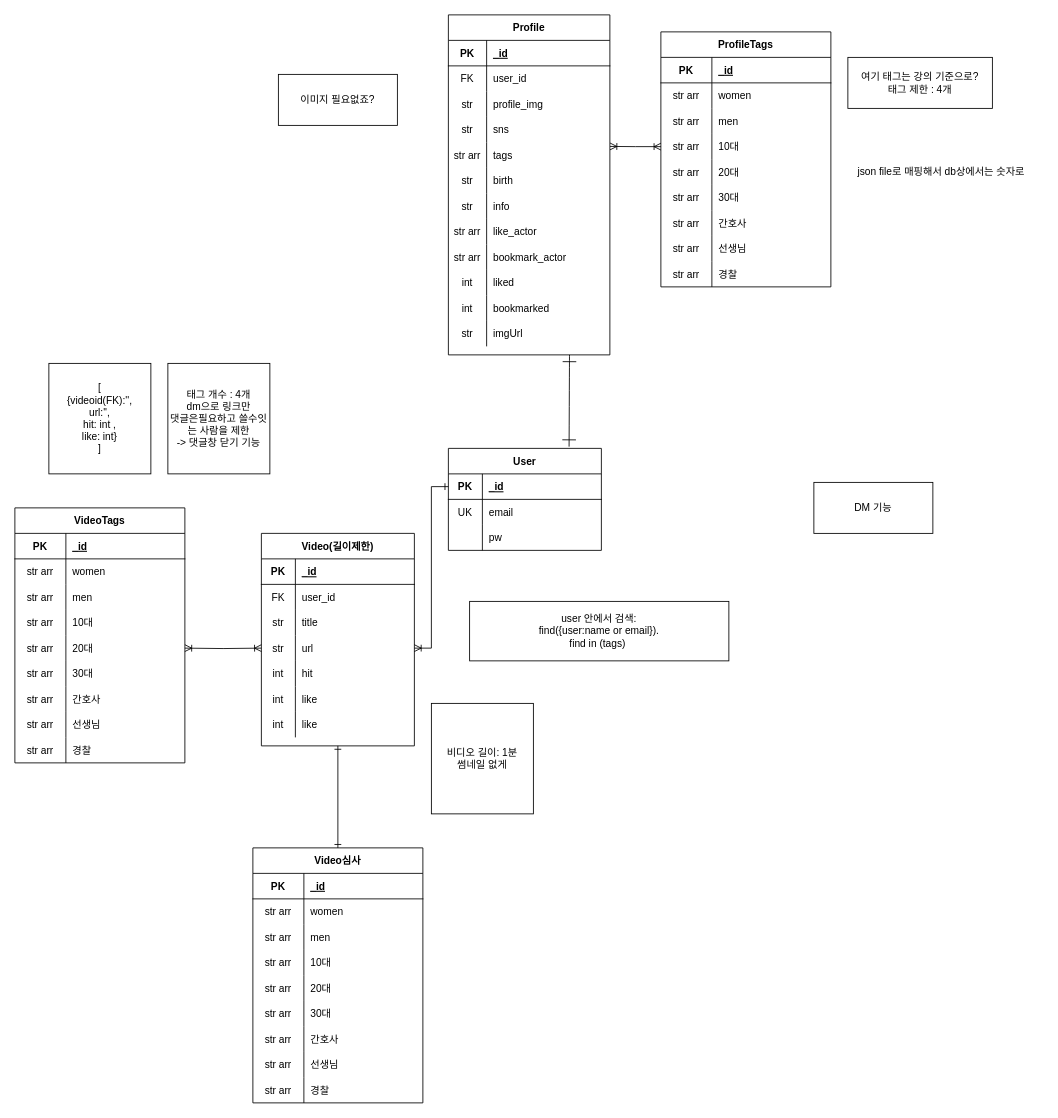
Earlier version of the draw.io diagram cast2.drawio (wookyoon/cast). Source tidied: cells renumbered, new cells numbered last; positions are measured from the earlier drawing's top-left corner, leaving out a move shared by most shapes. Both pictures are drawn from the tidied source at 85%, with x=0, y=0 at pixel (14, 14).
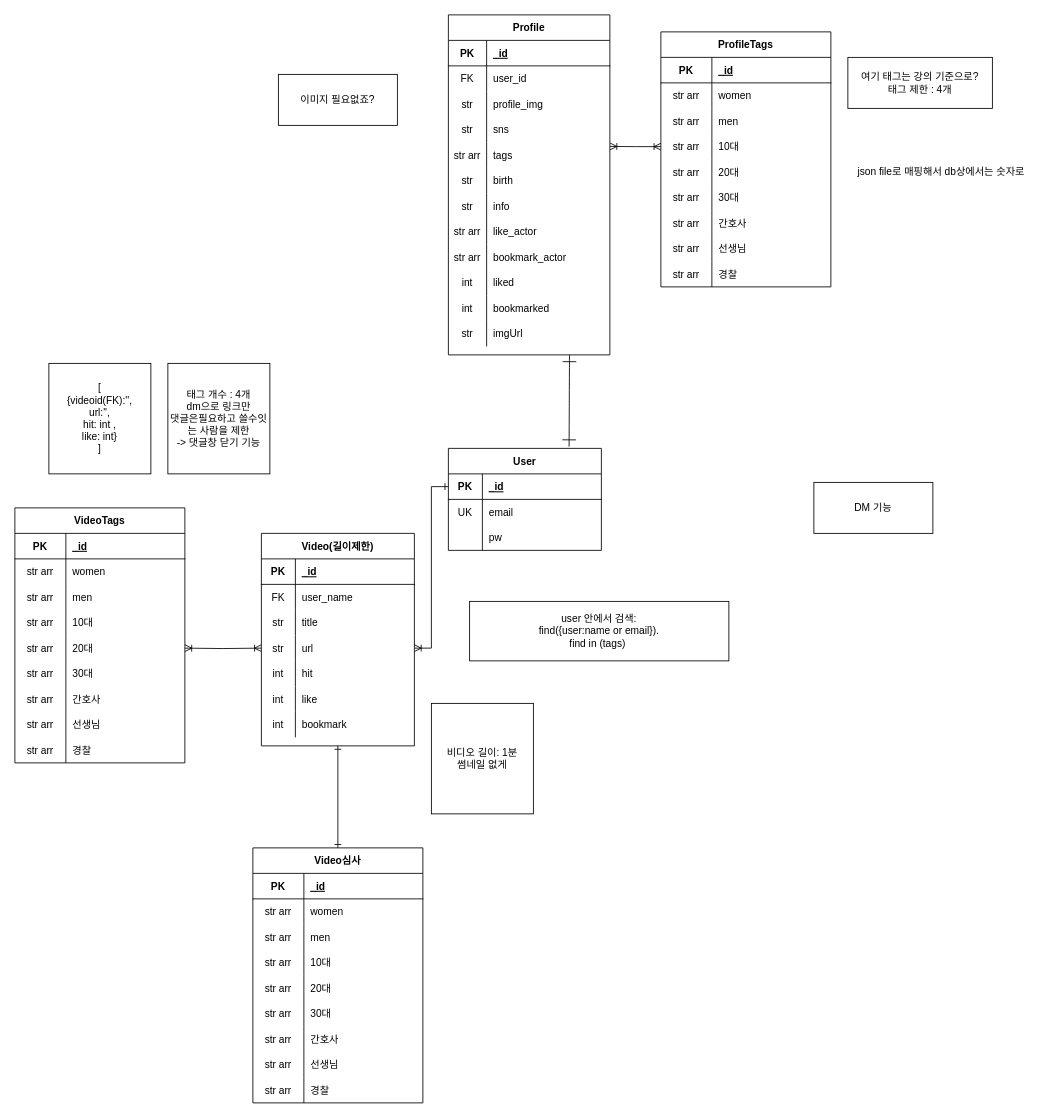
The same page after the edit.

The change refers to these unchanged cells:
```xml
<mxCell id="55" style="shape=tableRow;horizontal=0;startSize=0;swimlaneHead=0;swimlaneBody=0;fillColor=none;top=0;left=0;right=0;bottom=0;hachureGap=4;" parent="51" vertex="1">
  <mxGeometry y="60" width="180" height="30" as="geometry" />
</mxCell>
<mxCell id="70" style="shape=tableRow;horizontal=0;startSize=0;swimlaneHead=0;swimlaneBody=0;fillColor=none;top=0;left=0;right=0;bottom=0;hachureGap=4;" parent="51" vertex="1">
  <mxGeometry y="210" width="180" height="30" as="geometry" />
</mxCell>
```

Diff of the diagram source:
```diff
@@
-    <mxCell id="57" value="user_id" style="shape=partialRectangle;fillColor=none;top=0;left=0;bottom=0;right=0;align=left;spacingLeft=6;overflow=hidden;hachureGap=4;" parent="55" vertex="1">
+    <mxCell id="57" value="user_name" style="shape=partialRectangle;fillColor=none;top=0;left=0;bottom=0;right=0;align=left;spacingLeft=6;overflow=hidden;hachureGap=4;" parent="55" vertex="1">
       <mxGeometry x="40" width="140" height="30" as="geometry" />
     </mxCell>
@@
-    <mxCell id="72" value="like" style="shape=partialRectangle;fillColor=none;top=0;left=0;bottom=0;right=0;align=left;spacingLeft=6;overflow=hidden;hachureGap=4;" parent="70" vertex="1">
+    <mxCell id="72" value="bookmark" style="shape=partialRectangle;fillColor=none;top=0;left=0;bottom=0;right=0;align=left;spacingLeft=6;overflow=hidden;hachureGap=4;" parent="70" vertex="1">
       <mxGeometry x="40" width="140" height="30" as="geometry" />
     </mxCell>
```
